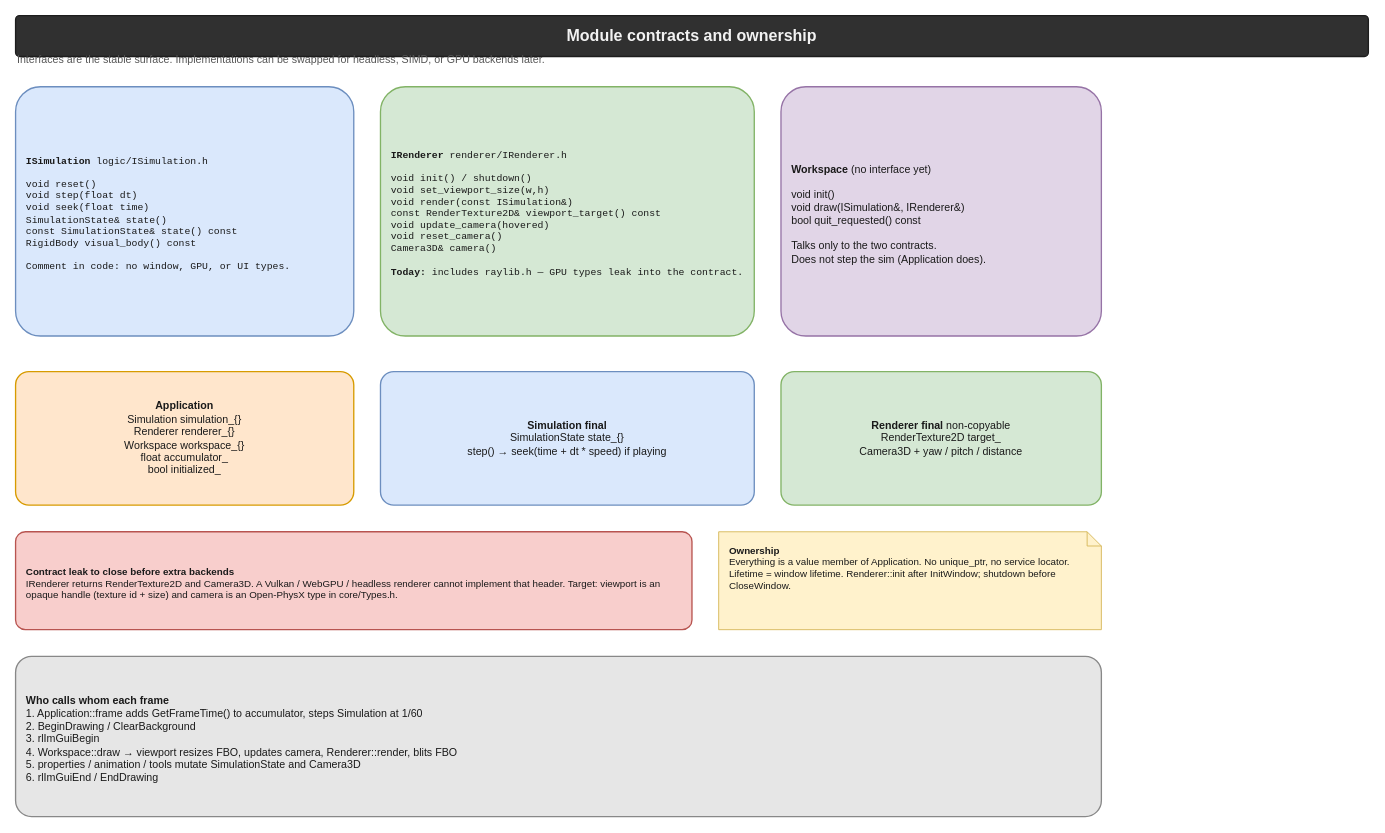
Before: page "Contracts" (3 of 3) of docs/diagrams/01-system-architecture.drawio in JCKawin/Open-PhysX, a draw.io diagram. Source tidied: cells renumbered, new cells numbered last; positions are measured from the earlier drawing's top-left corner, leaving out a move shared by most shapes. Both pictures are drawn from the tidied source at 89%, with x=0, y=0 at pixel (15, 15).
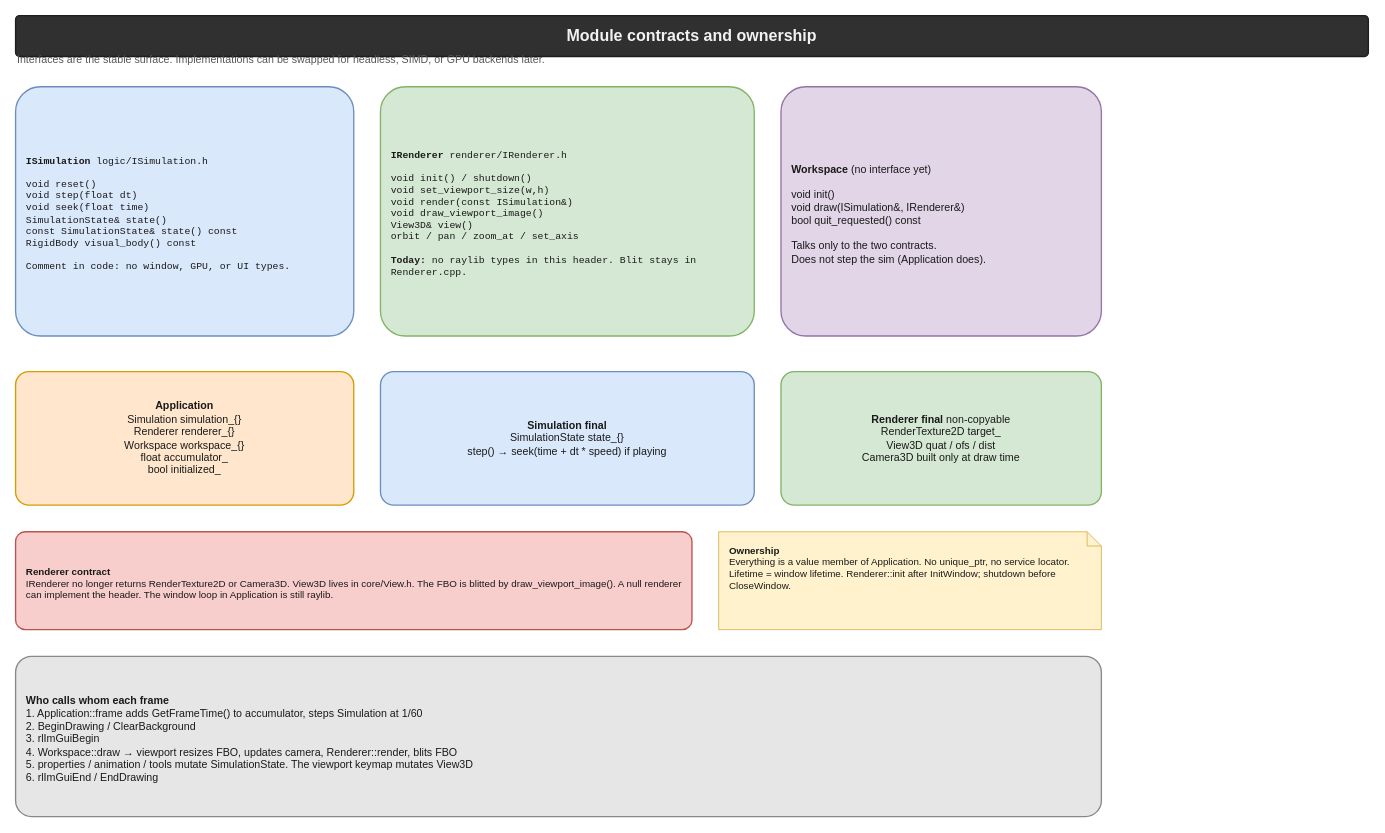
Above is the later version.

Diff of the diagram source:
```diff
@@
 <mxGraphModel>
   <root>
     <mxCell id="0" />
     <mxCell id="1" parent="0" />
     <mxCell id="2" value="&lt;b&gt;Module contracts and ownership&lt;/b&gt;" style="rounded=1;whiteSpace=wrap;html=1;align=center;verticalAlign=middle;fontFamily=Helvetica;fontSize=12;fontColor=#1A1A1A;strokeWidth=1.5;arcSize=10;fillColor=#303030;strokeColor=#1D1D1D;fontColor=#F2F2F2;fontSize=18;fontStyle=1;" parent="1" vertex="1">
       <mxGeometry width="1520" height="46" as="geometry" />
     </mxCell>
     <mxCell id="3" value="Interfaces are the stable surface. Implementations can be swapped for headless, SIMD, or GPU backends later." style="text;html=1;strokeColor=none;fillColor=none;align=left;verticalAlign=middle;fontFamily=Helvetica;fontSize=12;fontColor=#555555;" parent="1" vertex="1">
       <mxGeometry y="36" width="1520" height="28" as="geometry" />
     </mxCell>
     <mxCell id="4" value="&lt;b&gt;ISimulation&lt;/b&gt;  logic/ISimulation.h&lt;br&gt;&lt;br&gt;void reset()&lt;br&gt;void step(float dt)&lt;br&gt;void seek(float time)&lt;br&gt;SimulationState&amp;amp; state()&lt;br&gt;const SimulationState&amp;amp; state() const&lt;br&gt;RigidBody visual_body() const&lt;br&gt;&lt;br&gt;Comment in code: no window, GPU, or UI types." style="rounded=1;whiteSpace=wrap;html=1;align=center;verticalAlign=middle;fontFamily=Helvetica;fontSize=12;fontColor=#1A1A1A;strokeWidth=1.5;arcSize=10;fillColor=#DAE8FC;strokeColor=#6C8EBF;align=left;spacingLeft=10;spacingRight=8;spacingTop=6;fontFamily=Courier New;fontSize=11;" parent="1" vertex="1">
       <mxGeometry y="80" width="380" height="280" as="geometry" />
     </mxCell>
-    <mxCell id="5" value="&lt;b&gt;IRenderer&lt;/b&gt;  renderer/IRenderer.h&lt;br&gt;&lt;br&gt;void init() / shutdown()&lt;br&gt;void set_viewport_size(w,h)&lt;br&gt;void render(const ISimulation&amp;amp;)&lt;br&gt;const RenderTexture2D&amp;amp; viewport_target() const&lt;br&gt;void update_camera(hovered)&lt;br&gt;void reset_camera()&lt;br&gt;Camera3D&amp;amp; camera()&lt;br&gt;&lt;br&gt;&lt;b&gt;Today:&lt;/b&gt; includes raylib.h — GPU types leak into the contract." style="rounded=1;whiteSpace=wrap;html=1;align=center;verticalAlign=middle;fontFamily=Helvetica;fontSize=12;fontColor=#1A1A1A;strokeWidth=1.5;arcSize=10;fillColor=#D5E8D4;strokeColor=#82B366;align=left;spacingLeft=10;spacingRight=8;spacingTop=6;fontFamily=Courier New;fontSize=11;" parent="1" vertex="1">
+    <mxCell id="5" value="&lt;b&gt;IRenderer&lt;/b&gt;  renderer/IRenderer.h&lt;br&gt;&lt;br&gt;void init() / shutdown()&lt;br&gt;void set_viewport_size(w,h)&lt;br&gt;void render(const ISimulation&amp;amp;)&lt;br&gt;void draw_viewport_image()&lt;br&gt;View3D&amp;amp; view()&lt;br&gt;orbit / pan / zoom_at / set_axis&lt;br&gt;&lt;br&gt;&lt;b&gt;Today:&lt;/b&gt; no raylib types in this header. Blit stays in Renderer.cpp." style="rounded=1;whiteSpace=wrap;html=1;align=center;verticalAlign=middle;fontFamily=Helvetica;fontSize=12;fontColor=#1A1A1A;strokeWidth=1.5;arcSize=10;fillColor=#D5E8D4;strokeColor=#82B366;align=left;spacingLeft=10;spacingRight=8;spacingTop=6;fontFamily=Courier New;fontSize=11;" parent="1" vertex="1">
       <mxGeometry x="410" y="80" width="420" height="280" as="geometry" />
     </mxCell>
     <mxCell id="6" value="&lt;b&gt;Workspace&lt;/b&gt;  (no interface yet)&lt;br&gt;&lt;br&gt;void init()&lt;br&gt;void draw(ISimulation&amp;amp;, IRenderer&amp;amp;)&lt;br&gt;bool quit_requested() const&lt;br&gt;&lt;br&gt;Talks only to the two contracts.&lt;br&gt;Does not step the sim (Application does)." style="rounded=1;whiteSpace=wrap;html=1;align=center;verticalAlign=middle;fontFamily=Helvetica;fontSize=12;fontColor=#1A1A1A;strokeWidth=1.5;arcSize=10;fillColor=#E1D5E7;strokeColor=#9673A6;align=left;spacingLeft=10;spacingRight=8;spacingTop=6;" parent="1" vertex="1">
       <mxGeometry x="860" y="80" width="360" height="280" as="geometry" />
     </mxCell>
     <mxCell id="7" value="&lt;b&gt;Application&lt;/b&gt;&lt;br&gt;Simulation simulation_{}&lt;br&gt;Renderer renderer_{}&lt;br&gt;Workspace workspace_{}&lt;br&gt;float accumulator_&lt;br&gt;bool initialized_" style="rounded=1;whiteSpace=wrap;html=1;align=center;verticalAlign=middle;fontFamily=Helvetica;fontSize=12;fontColor=#1A1A1A;strokeWidth=1.5;arcSize=10;fillColor=#FFE6CC;strokeColor=#D79B00;" parent="1" vertex="1">
       <mxGeometry y="400" width="380" height="150" as="geometry" />
     </mxCell>
     <mxCell id="8" value="&lt;b&gt;Simulation final&lt;/b&gt;&lt;br&gt;SimulationState state_{}&lt;br&gt;step() → seek(time + dt * speed) if playing" style="rounded=1;whiteSpace=wrap;html=1;align=center;verticalAlign=middle;fontFamily=Helvetica;fontSize=12;fontColor=#1A1A1A;strokeWidth=1.5;arcSize=10;fillColor=#DAE8FC;strokeColor=#6C8EBF;" parent="1" vertex="1">
       <mxGeometry x="410" y="400" width="420" height="150" as="geometry" />
     </mxCell>
-    <mxCell id="9" value="&lt;b&gt;Renderer final&lt;/b&gt;  non-copyable&lt;br&gt;RenderTexture2D target_&lt;br&gt;Camera3D + yaw / pitch / distance" style="rounded=1;whiteSpace=wrap;html=1;align=center;verticalAlign=middle;fontFamily=Helvetica;fontSize=12;fontColor=#1A1A1A;strokeWidth=1.5;arcSize=10;fillColor=#D5E8D4;strokeColor=#82B366;" parent="1" vertex="1">
+    <mxCell id="9" value="&lt;b&gt;Renderer final&lt;/b&gt;  non-copyable&lt;br&gt;RenderTexture2D target_&lt;br&gt;View3D quat / ofs / dist&lt;br&gt;Camera3D built only at draw time" style="rounded=1;whiteSpace=wrap;html=1;align=center;verticalAlign=middle;fontFamily=Helvetica;fontSize=12;fontColor=#1A1A1A;strokeWidth=1.5;arcSize=10;fillColor=#D5E8D4;strokeColor=#82B366;" parent="1" vertex="1">
       <mxGeometry x="860" y="400" width="360" height="150" as="geometry" />
     </mxCell>
-    <mxCell id="10" value="&lt;b&gt;Contract leak to close before extra backends&lt;/b&gt;&lt;br&gt;IRenderer returns RenderTexture2D and Camera3D. A Vulkan / WebGPU / headless renderer cannot implement that header. Target: viewport is an opaque handle (texture id + size) and camera is an Open-PhysX type in core/Types.h." style="rounded=1;whiteSpace=wrap;html=1;align=center;verticalAlign=middle;fontFamily=Helvetica;fontSize=12;fontColor=#1A1A1A;strokeWidth=1.5;arcSize=10;fillColor=#F8CECC;strokeColor=#B85450;align=left;spacingLeft=10;spacingRight=8;spacingTop=6;fontSize=11;" parent="1" vertex="1">
+    <mxCell id="10" value="&lt;b&gt;Renderer contract&lt;/b&gt;&lt;br&gt;IRenderer no longer returns RenderTexture2D or Camera3D. View3D lives in core/View.h. The FBO is blitted by draw_viewport_image(). A null renderer can implement the header. The window loop in Application is still raylib." style="rounded=1;whiteSpace=wrap;html=1;align=center;verticalAlign=middle;fontFamily=Helvetica;fontSize=12;fontColor=#1A1A1A;strokeWidth=1.5;arcSize=10;fillColor=#F8CECC;strokeColor=#B85450;align=left;spacingLeft=10;spacingRight=8;spacingTop=6;fontSize=11;" parent="1" vertex="1">
       <mxGeometry y="580" width="760" height="110" as="geometry" />
     </mxCell>
     <mxCell id="11" value="&lt;b&gt;Ownership&lt;/b&gt;&lt;br&gt;Everything is a value member of Application. No unique_ptr, no service locator. Lifetime = window lifetime. Renderer::init after InitWindow; shutdown before CloseWindow." style="shape=note;whiteSpace=wrap;html=1;size=16;align=left;verticalAlign=top;spacingLeft=10;spacingTop=8;spacingRight=8;fontSize=11;fontFamily=Helvetica;fillColor=#FFF2CC;strokeColor=#D6B656;fontColor=#1A1A1A;" parent="1" vertex="1">
       <mxGeometry x="790" y="580" width="430" height="110" as="geometry" />
     </mxCell>
-    <mxCell id="12" value="&lt;b&gt;Who calls whom each frame&lt;/b&gt;&lt;br&gt;1. Application::frame  adds GetFrameTime() to accumulator, steps Simulation at 1/60&lt;br&gt;2. BeginDrawing / ClearBackground&lt;br&gt;3. rlImGuiBegin&lt;br&gt;4. Workspace::draw → viewport resizes FBO, updates camera, Renderer::render, blits FBO&lt;br&gt;5. properties / animation / tools mutate SimulationState and Camera3D&lt;br&gt;6. rlImGuiEnd / EndDrawing" style="rounded=1;whiteSpace=wrap;html=1;align=center;verticalAlign=middle;fontFamily=Helvetica;fontSize=12;fontColor=#1A1A1A;strokeWidth=1.5;arcSize=10;fillColor=#E6E6E6;strokeColor=#888888;align=left;spacingLeft=10;spacingRight=8;spacingTop=6;" parent="1" vertex="1">
+    <mxCell id="12" value="&lt;b&gt;Who calls whom each frame&lt;/b&gt;&lt;br&gt;1. Application::frame  adds GetFrameTime() to accumulator, steps Simulation at 1/60&lt;br&gt;2. BeginDrawing / ClearBackground&lt;br&gt;3. rlImGuiBegin&lt;br&gt;4. Workspace::draw → viewport resizes FBO, updates camera, Renderer::render, blits FBO&lt;br&gt;5. properties / animation / tools mutate SimulationState. The viewport keymap mutates View3D&lt;br&gt;6. rlImGuiEnd / EndDrawing" style="rounded=1;whiteSpace=wrap;html=1;align=center;verticalAlign=middle;fontFamily=Helvetica;fontSize=12;fontColor=#1A1A1A;strokeWidth=1.5;arcSize=10;fillColor=#E6E6E6;strokeColor=#888888;align=left;spacingLeft=10;spacingRight=8;spacingTop=6;" parent="1" vertex="1">
       <mxGeometry y="720" width="1220" height="180" as="geometry" />
     </mxCell>
   </root>
 </mxGraphModel>
```
